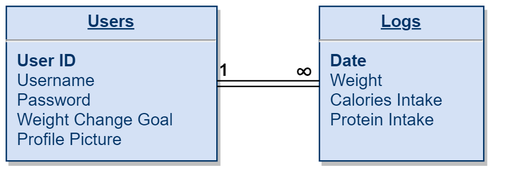
The draw.io diagram design/database.png in IChowdhury01/NutriDiary, before a commit. Source tidied: cells renumbered, new cells last; positions are measured from the earlier drawing's top-left corner, leaving out a move shared by most shapes. Source of this version:
```xml
<mxGraphModel background="#ffffff">
  <root>
    <mxCell id="0" />
    <mxCell id="1" parent="0" />
    <mxCell id="2" value="&lt;p style=&quot;margin: 0px ; margin-top: 4px ; text-align: center ; text-decoration: underline&quot;&gt;&lt;b&gt;Logs&lt;/b&gt;&lt;/p&gt;&lt;hr&gt;&lt;p style=&quot;margin: 0px ; margin-left: 8px&quot;&gt;&lt;b&gt;Date&lt;/b&gt;&lt;/p&gt;&lt;p style=&quot;margin: 0px ; margin-left: 8px&quot;&gt;Weight&lt;/p&gt;&lt;p style=&quot;margin: 0px ; margin-left: 8px&quot;&gt;Calories Intake&lt;/p&gt;&lt;p style=&quot;margin: 0px ; margin-left: 8px&quot;&gt;Protein Intake&lt;/p&gt;" style="verticalAlign=top;align=left;overflow=fill;fontSize=12;fontFamily=Helvetica;html=1;strokeColor=#003366;shadow=1;fillColor=#D4E1F5;fontColor=#003366;" parent="1" vertex="1">
      <mxGeometry x="223" width="117" height="110" as="geometry" />
    </mxCell>
    <mxCell id="3" value="&lt;p style=&quot;margin: 0px ; margin-top: 4px ; text-align: center ; text-decoration: underline&quot;&gt;&lt;strong&gt;Users&lt;/strong&gt;&lt;/p&gt;&lt;hr&gt;&lt;p style=&quot;margin: 0px ; margin-left: 8px&quot;&gt;&lt;b&gt;User ID&lt;/b&gt;&lt;/p&gt;&lt;p style=&quot;margin: 0px ; margin-left: 8px&quot;&gt;Username&lt;/p&gt;&lt;p style=&quot;margin: 0px ; margin-left: 8px&quot;&gt;Password&lt;/p&gt;&lt;p style=&quot;margin: 0px ; margin-left: 8px&quot;&gt;Weight Change Goal&lt;/p&gt;&lt;p style=&quot;margin: 0px ; margin-left: 8px&quot;&gt;Profile Picture&lt;/p&gt;" style="verticalAlign=top;align=left;overflow=fill;fontSize=12;fontFamily=Helvetica;html=1;strokeColor=#003366;shadow=1;fillColor=#D4E1F5;fontColor=#003366;" parent="1" vertex="1">
      <mxGeometry width="150" height="110" as="geometry" />
    </mxCell>
    <mxCell id="4" style="shape=link;html=1;rounded=0;entryX=0;entryY=0.5;entryDx=0;entryDy=0;exitX=1;exitY=0.5;exitDx=0;exitDy=0;" parent="1" edge="1" source="3" target="2">
      <mxGeometry relative="1" as="geometry" />
    </mxCell>
    <mxCell id="5" value="&lt;span&gt;&lt;font style=&quot;font-size: 12px&quot;&gt;1&lt;/font&gt;&lt;/span&gt;" style="html=1;align=left;verticalAlign=bottom;fontStyle=1;" parent="4" vertex="1">
      <mxGeometry x="-1" relative="1" as="geometry" />
    </mxCell>
    <mxCell id="6" value="&lt;b&gt;&lt;font style=&quot;font-size: 18px&quot;&gt;∞&lt;/font&gt;&lt;/b&gt;" style="html=1;align=right;verticalAlign=bottom;" parent="4" vertex="1">
      <mxGeometry x="1" relative="1" as="geometry">
        <mxPoint x="-3.2" y="5" as="offset" />
      </mxGeometry>
    </mxCell>
  </root>
</mxGraphModel>
```
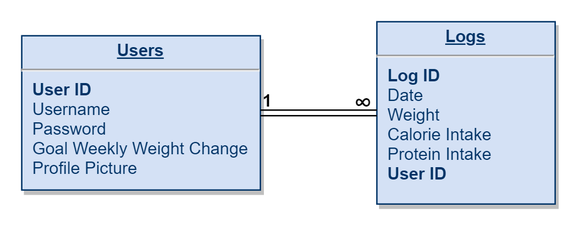
The same diagram one commit later.

The edit, as a diff of the source:
```diff
@@ -2,11 +2,11 @@
   <root>
     <mxCell id="0" />
     <mxCell id="1" parent="0" />
-    <mxCell id="2" value="&lt;p style=&quot;margin: 0px ; margin-top: 4px ; text-align: center ; text-decoration: underline&quot;&gt;&lt;b&gt;Logs&lt;/b&gt;&lt;/p&gt;&lt;hr&gt;&lt;p style=&quot;margin: 0px ; margin-left: 8px&quot;&gt;&lt;b&gt;Date&lt;/b&gt;&lt;/p&gt;&lt;p style=&quot;margin: 0px ; margin-left: 8px&quot;&gt;Weight&lt;/p&gt;&lt;p style=&quot;margin: 0px ; margin-left: 8px&quot;&gt;Calories Intake&lt;/p&gt;&lt;p style=&quot;margin: 0px ; margin-left: 8px&quot;&gt;Protein Intake&lt;/p&gt;" style="verticalAlign=top;align=left;overflow=fill;fontSize=12;fontFamily=Helvetica;html=1;strokeColor=#003366;shadow=1;fillColor=#D4E1F5;fontColor=#003366;" parent="1" vertex="1">
-      <mxGeometry x="223" width="117" height="110" as="geometry" />
+    <mxCell id="2" value="&lt;p style=&quot;margin: 0px ; margin-top: 4px ; text-align: center ; text-decoration: underline&quot;&gt;&lt;b&gt;Logs&lt;/b&gt;&lt;/p&gt;&lt;hr&gt;&lt;p style=&quot;margin: 0px ; margin-left: 8px&quot;&gt;&lt;b&gt;Log ID&lt;/b&gt;&lt;/p&gt;&lt;p style=&quot;margin: 0px ; margin-left: 8px&quot;&gt;Date&lt;/p&gt;&lt;p style=&quot;margin: 0px ; margin-left: 8px&quot;&gt;Weight&lt;/p&gt;&lt;p style=&quot;margin: 0px ; margin-left: 8px&quot;&gt;Calorie Intake&lt;/p&gt;&lt;p style=&quot;margin: 0px ; margin-left: 8px&quot;&gt;Protein Intake&lt;/p&gt;&lt;p style=&quot;margin: 0px ; margin-left: 8px&quot;&gt;&lt;b&gt;User ID&lt;/b&gt;&lt;/p&gt;" style="verticalAlign=top;align=left;overflow=fill;fontSize=12;fontFamily=Helvetica;html=1;strokeColor=#003366;shadow=1;fillColor=#D4E1F5;fontColor=#003366;" parent="1" vertex="1">
+      <mxGeometry x="323" y="90" width="127" height="130" as="geometry" />
     </mxCell>
-    <mxCell id="3" value="&lt;p style=&quot;margin: 0px ; margin-top: 4px ; text-align: center ; text-decoration: underline&quot;&gt;&lt;strong&gt;Users&lt;/strong&gt;&lt;/p&gt;&lt;hr&gt;&lt;p style=&quot;margin: 0px ; margin-left: 8px&quot;&gt;&lt;b&gt;User ID&lt;/b&gt;&lt;/p&gt;&lt;p style=&quot;margin: 0px ; margin-left: 8px&quot;&gt;Username&lt;/p&gt;&lt;p style=&quot;margin: 0px ; margin-left: 8px&quot;&gt;Password&lt;/p&gt;&lt;p style=&quot;margin: 0px ; margin-left: 8px&quot;&gt;Weight Change Goal&lt;/p&gt;&lt;p style=&quot;margin: 0px ; margin-left: 8px&quot;&gt;Profile Picture&lt;/p&gt;" style="verticalAlign=top;align=left;overflow=fill;fontSize=12;fontFamily=Helvetica;html=1;strokeColor=#003366;shadow=1;fillColor=#D4E1F5;fontColor=#003366;" parent="1" vertex="1">
-      <mxGeometry width="150" height="110" as="geometry" />
+    <mxCell id="3" value="&lt;p style=&quot;margin: 0px ; margin-top: 4px ; text-align: center ; text-decoration: underline&quot;&gt;&lt;strong&gt;Users&lt;/strong&gt;&lt;/p&gt;&lt;hr&gt;&lt;p style=&quot;margin: 0px ; margin-left: 8px&quot;&gt;&lt;b&gt;User ID&lt;/b&gt;&lt;/p&gt;&lt;p style=&quot;margin: 0px ; margin-left: 8px&quot;&gt;Username&lt;/p&gt;&lt;p style=&quot;margin: 0px ; margin-left: 8px&quot;&gt;Password&lt;/p&gt;&lt;p style=&quot;margin: 0px ; margin-left: 8px&quot;&gt;Goal Weekly Weight Change&lt;/p&gt;&lt;p style=&quot;margin: 0px ; margin-left: 8px&quot;&gt;Profile Picture&lt;/p&gt;" style="verticalAlign=top;align=left;overflow=fill;fontSize=12;fontFamily=Helvetica;html=1;strokeColor=#003366;shadow=1;fillColor=#D4E1F5;fontColor=#003366;" parent="1" vertex="1">
+      <mxGeometry x="70" y="100" width="170" height="110" as="geometry" />
     </mxCell>
     <mxCell id="4" style="shape=link;html=1;rounded=0;entryX=0;entryY=0.5;entryDx=0;entryDy=0;exitX=1;exitY=0.5;exitDx=0;exitDy=0;" parent="1" edge="1" source="3" target="2">
       <mxGeometry relative="1" as="geometry" />
```
